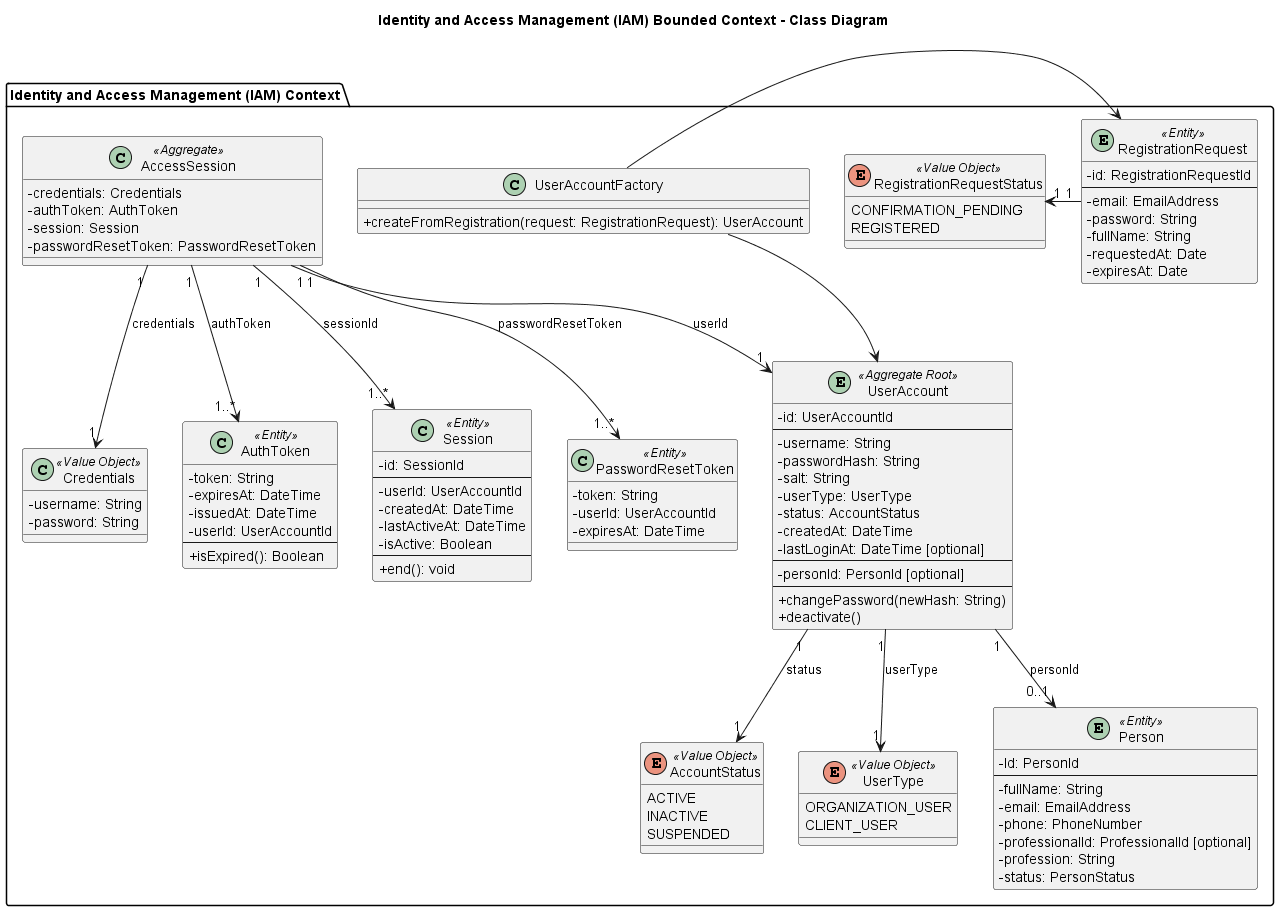
Earlier version of the PlantUML export img/chapter4/oop/iam.png (GalaxiaWonder-OpenSource/ProjectReport).
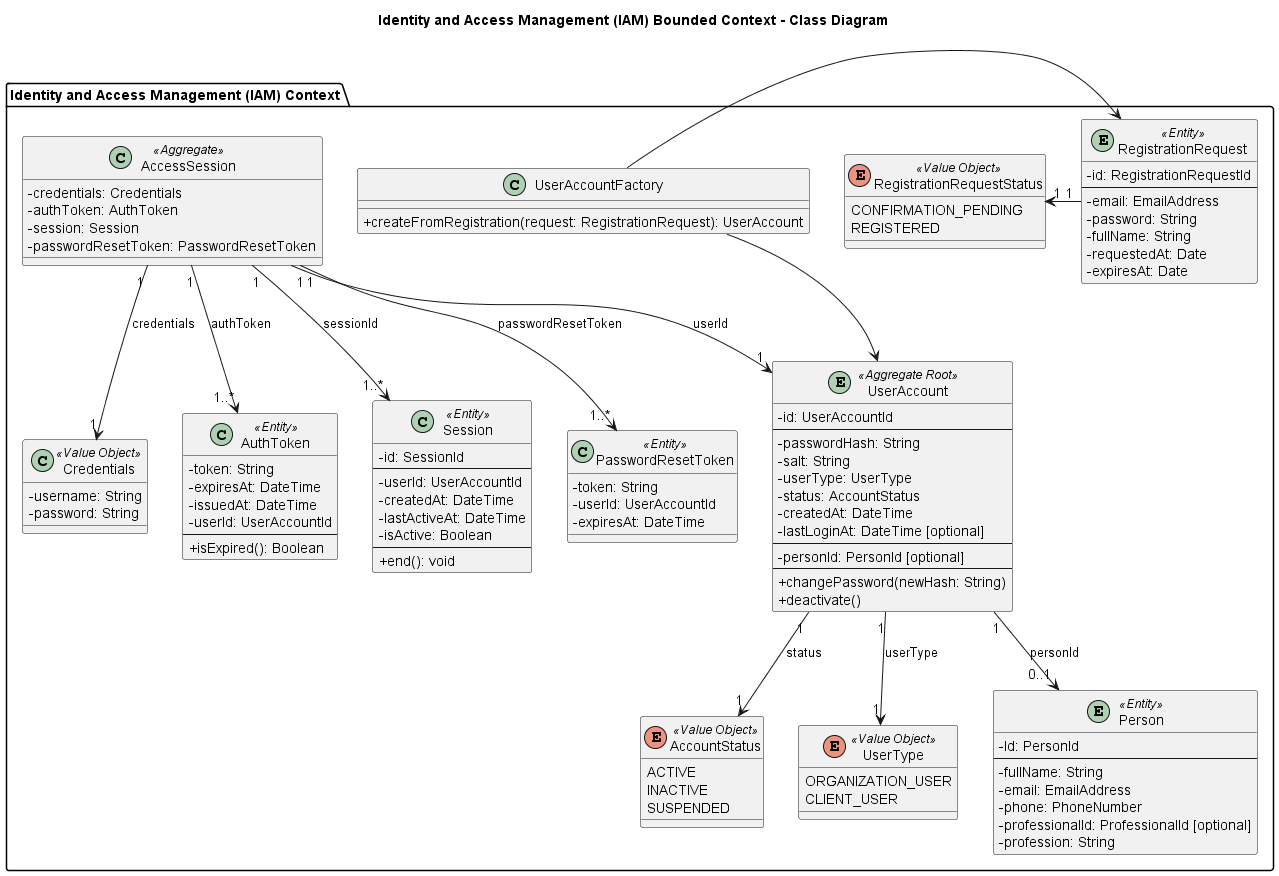
Above is the later version.

Commit message:
bugfix(software-object-oriented-design): change iam class diagram

The edit, as a diff of the source:
```diff
@@ -10,7 +10,6 @@
     entity UserAccount <<Aggregate Root>> {
         - id: UserAccountId
         --
-        - username: String
         - passwordHash: String
         - salt: String
         - userType: UserType
@@ -89,7 +88,6 @@
         - phone: PhoneNumber
         - professionalId: ProfessionalId [optional]
         - profession: String
-        - status: PersonStatus
     }
 
 
```
